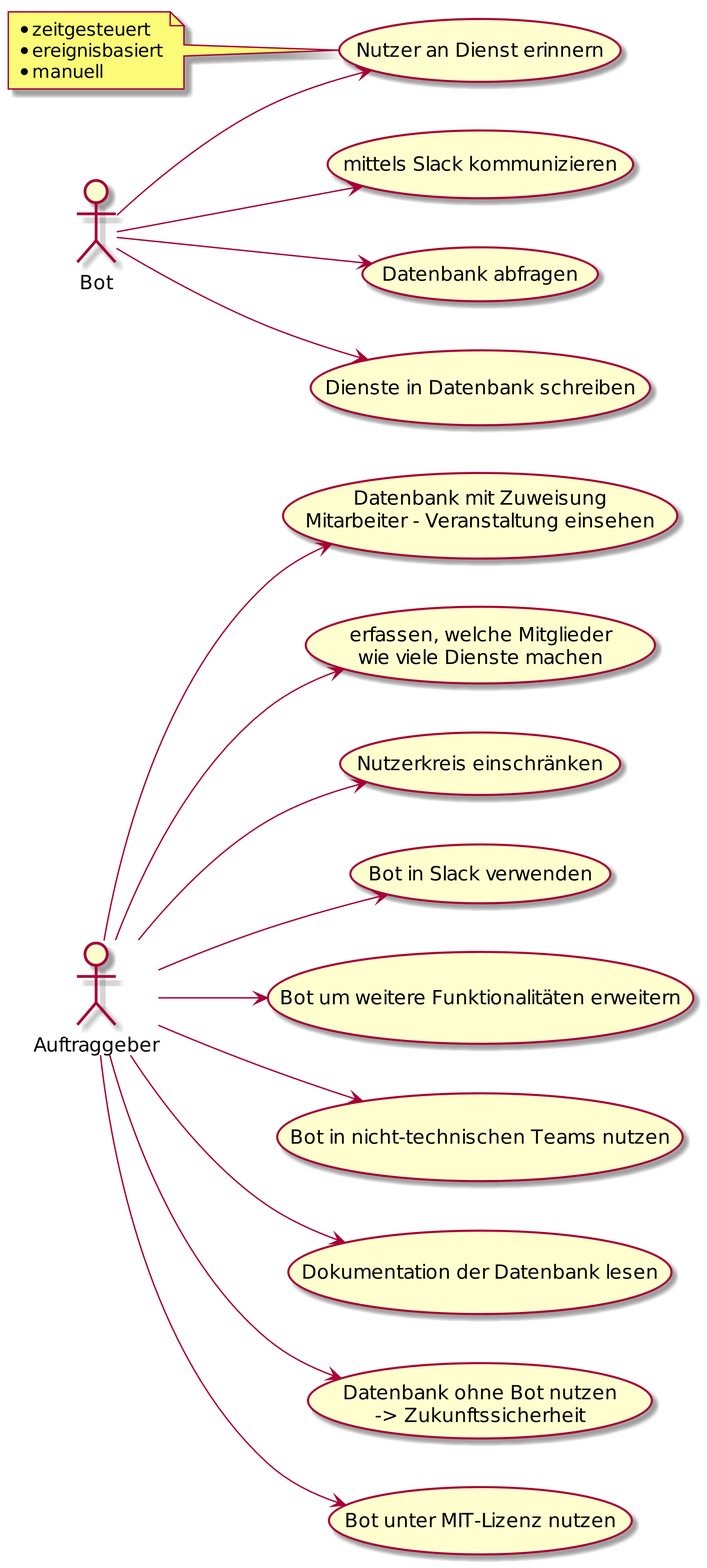
Earlier version of the PlantUML export docs/uml/usecase-stakeholder.png (hftlclub/stecker-slackbot).
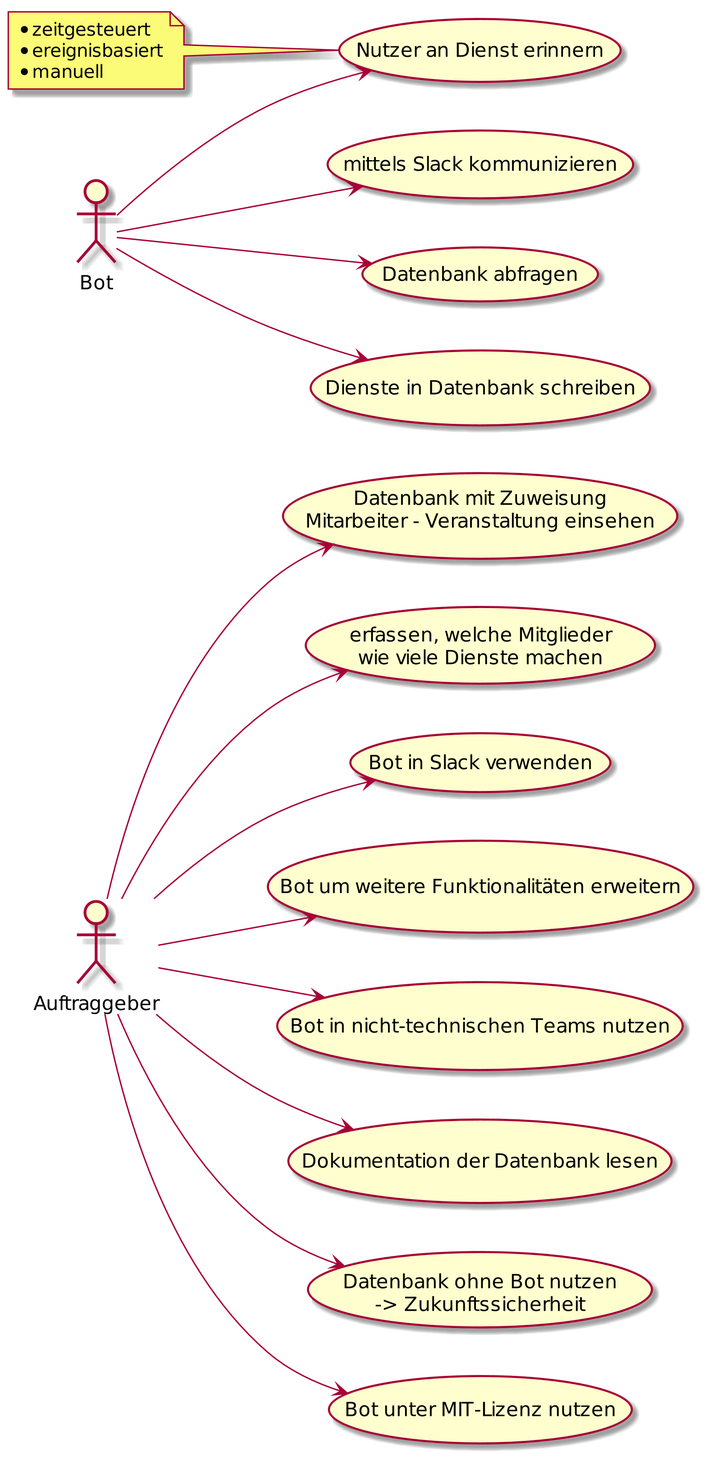
Later version of the same file.

Commit message:
Nutzerkreis raus

Change to the diagram source:
```diff
@@ -6,7 +6,6 @@
 :Auftraggeber: as AG
 AG --> (Datenbank mit Zuweisung\nMitarbeiter - Veranstaltung einsehen)
 AG --> (erfassen, welche Mitglieder\nwie viele Dienste machen)
-AG --> (Nutzerkreis einschränken)
 AG --> (Bot in Slack verwenden)
 AG --> (Bot um weitere Funktionalitäten erweitern)
 AG --> (Bot in nicht-technischen Teams nutzen)
```
